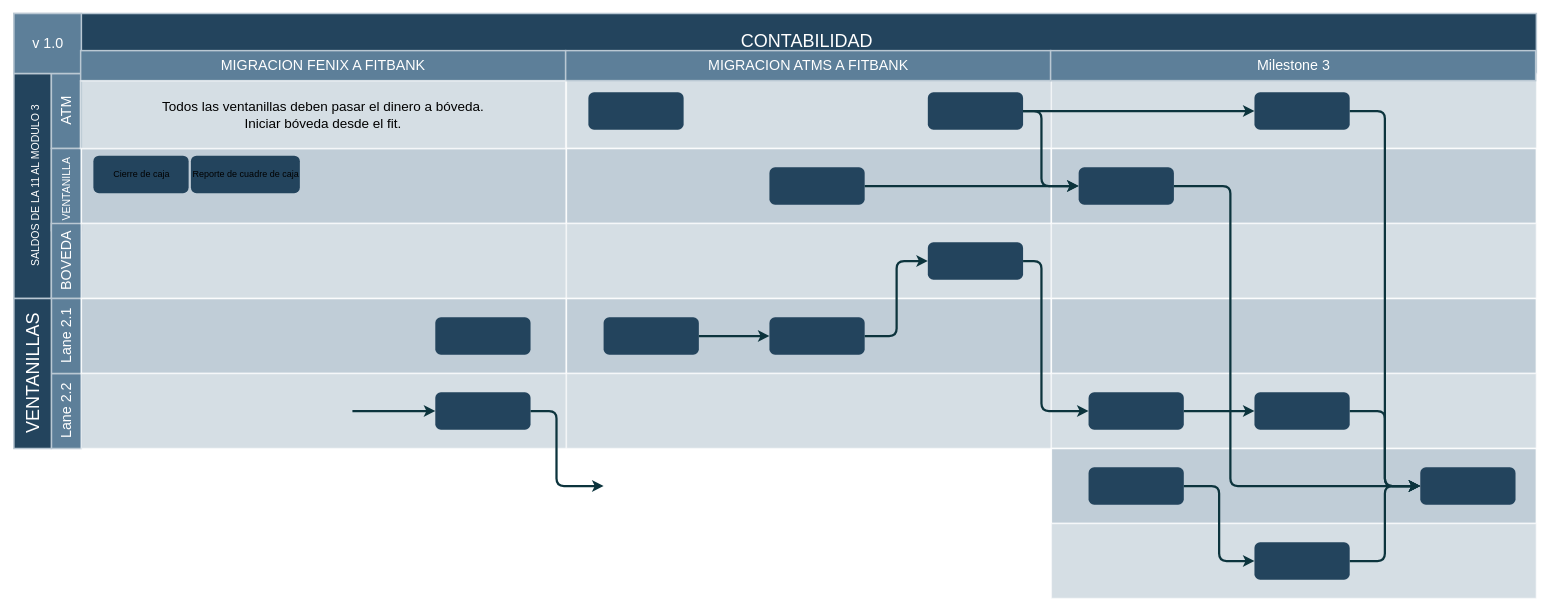
eddisonlazo/diagramas keeps this draw.io diagram as page "Página-2" (2 of 4) of Flujo Contable.drawio. Above is the earlier version. Source tidied: cells renumbered, new cells numbered last; positions are measured from the earlier drawing's top-left corner, leaving out a move shared by most shapes. Both pictures are drawn from the tidied source at 75%, with x=0, y=0 at pixel (14, 13).
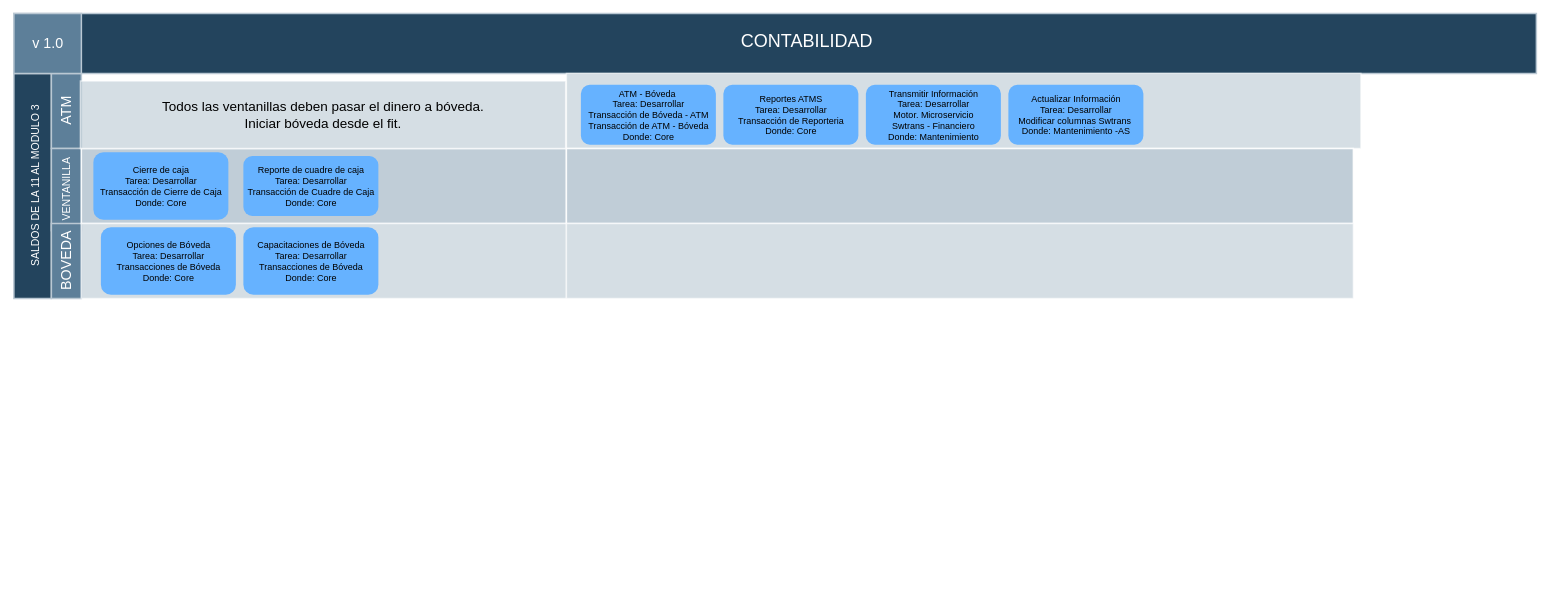
Above is the later version.

Change to the diagram source:
```diff
@@
-    <mxCell id="8" value="Lane 2.2" style="strokeColor=#BAC8D3;fillColor=#5d7f99;fontSize=19;strokeWidth=2;horizontal=0;fontFamily=Helvetica;html=1;labelBackgroundColor=none;fontColor=#FFFFFF;" parent="1" vertex="1">
-      <mxGeometry x="50" y="480.5" width="40" height="100" as="geometry" />
-    </mxCell>
-    <mxCell id="9" value="Lane 2.1" style="strokeColor=#BAC8D3;fillColor=#5d7f99;fontSize=19;strokeWidth=2;horizontal=0;fontFamily=Helvetica;html=1;labelBackgroundColor=none;fontColor=#FFFFFF;" parent="1" vertex="1">
-      <mxGeometry x="50" y="380.5" width="40" height="100" as="geometry" />
-    </mxCell>
-    <mxCell id="10" value="VENTANILLAS" style="strokeColor=#BAC8D3;fillColor=#23445D;fontSize=24;strokeWidth=2;horizontal=0;fontFamily=Helvetica;html=1;fontColor=#FFFFFF;fontStyle=0;" parent="1" vertex="1">
-      <mxGeometry y="380.5" width="50" height="200" as="geometry" />
-    </mxCell>
@@
-    <mxCell id="13" style="strokeColor=#FFFFFF;fillColor=#BAC8D3;fontSize=18;strokeWidth=2;fontFamily=Helvetica;html=1;opacity=90;" parent="1" vertex="1">
-      <mxGeometry x="90" y="380.5" width="646.7" height="100" as="geometry" />
-    </mxCell>
-    <mxCell id="14" style="strokeColor=#FFFFFF;fillColor=#BAC8D3;fontSize=18;strokeWidth=2;fontFamily=Helvetica;html=1;opacity=60;" parent="1" vertex="1">
-      <mxGeometry x="90" y="480.5" width="646.7" height="100" as="geometry" />
-    </mxCell>
     <mxCell id="15" style="strokeColor=#FFFFFF;fillColor=#BAC8D3;fontSize=18;strokeWidth=2;fontFamily=Helvetica;html=1;opacity=60;" parent="1" vertex="1">
-      <mxGeometry x="736.7" y="80.5" width="647" height="100" as="geometry" />
+      <mxGeometry x="736.7" y="80.5" width="1059.3" height="100" as="geometry" />
     </mxCell>
     <mxCell id="16" style="strokeColor=#FFFFFF;fillColor=#BAC8D3;fontSize=18;strokeWidth=2;fontFamily=Helvetica;html=1;opacity=90;" parent="1" vertex="1">
-      <mxGeometry x="736.7" y="180.5" width="646.7" height="100" as="geometry" />
+      <mxGeometry x="736.7" y="180.5" width="1049.3" height="100" as="geometry" />
     </mxCell>
     <mxCell id="17" style="strokeColor=#FFFFFF;fillColor=#BAC8D3;fontSize=18;strokeWidth=2;fontFamily=Helvetica;html=1;opacity=60;" parent="1" vertex="1">
-      <mxGeometry x="736.7" y="280.5" width="646.7" height="100" as="geometry" />
+      <mxGeometry x="736.7" y="280.5" width="1049.3" height="100" as="geometry" />
     </mxCell>
-    <mxCell id="18" style="strokeColor=#FFFFFF;fillColor=#BAC8D3;fontSize=18;strokeWidth=2;fontFamily=Helvetica;html=1;opacity=90;" parent="1" vertex="1">
-      <mxGeometry x="736.7" y="380.5" width="646.7" height="100" as="geometry" />
-    </mxCell>
-    <mxCell id="19" style="strokeColor=#FFFFFF;fillColor=#BAC8D3;fontSize=18;strokeWidth=2;fontFamily=Helvetica;html=1;opacity=60;" parent="1" vertex="1">
-      <mxGeometry x="736.7" y="480.5" width="646.7" height="100" as="geometry" />
-    </mxCell>
-    <mxCell id="20" style="strokeColor=#FFFFFF;fillColor=#BAC8D3;fontSize=18;strokeWidth=2;fontFamily=Helvetica;html=1;opacity=60;" parent="1" vertex="1">
-      <mxGeometry x="1383.3" y="80.5" width="647" height="100" as="geometry" />
-    </mxCell>
-    <mxCell id="21" style="strokeColor=#FFFFFF;fillColor=#BAC8D3;fontSize=18;strokeWidth=2;fontFamily=Helvetica;html=1;opacity=90;" parent="1" vertex="1">
-      <mxGeometry x="1383.3" y="180.5" width="646.7" height="100" as="geometry" />
-    </mxCell>
-    <mxCell id="22" style="strokeColor=#FFFFFF;fillColor=#BAC8D3;fontSize=18;strokeWidth=2;fontFamily=Helvetica;html=1;opacity=60;" parent="1" vertex="1">
-      <mxGeometry x="1383.3" y="280.5" width="646.7" height="100" as="geometry" />
-    </mxCell>
-    <mxCell id="23" style="strokeColor=#FFFFFF;fillColor=#BAC8D3;fontSize=18;strokeWidth=2;fontFamily=Helvetica;html=1;opacity=90;" parent="1" vertex="1">
-      <mxGeometry x="1383.3" y="380.5" width="646.7" height="100" as="geometry" />
-    </mxCell>
-    <mxCell id="24" style="strokeColor=#FFFFFF;fillColor=#BAC8D3;fontSize=18;strokeWidth=2;fontFamily=Helvetica;html=1;opacity=60;" parent="1" vertex="1">
-      <mxGeometry x="1383.3" y="480.5" width="646.7" height="100" as="geometry" />
-    </mxCell>
-    <mxCell id="25" style="strokeColor=#FFFFFF;fillColor=#BAC8D3;fontSize=18;strokeWidth=2;fontFamily=Helvetica;html=1;opacity=90;" parent="1" vertex="1">
-      <mxGeometry x="1383.3" y="580.5" width="646.7" height="100" as="geometry" />
-    </mxCell>
-    <mxCell id="26" style="strokeColor=#FFFFFF;fillColor=#BAC8D3;fontSize=18;strokeWidth=2;fontFamily=Helvetica;html=1;opacity=60;fontStyle=4;" parent="1" vertex="1">
-      <mxGeometry x="1383.3" y="680.5" width="646.7" height="100" as="geometry" />
-    </mxCell>
-    <mxCell id="27" value="Cierre de caja" style="rounded=1;fillColor=#23445D;strokeColor=none;strokeWidth=2;fontFamily=Helvetica;html=1;gradientColor=none;" parent="1" vertex="1">
-      <mxGeometry x="106" y="190" width="127" height="50" as="geometry" />
+    <mxCell id="27" value="Cierre de caja&lt;br&gt;Tarea: Desarrollar &lt;br&gt;Transacción de Cierre de Caja&lt;br&gt;Donde: Core" style="rounded=1;fillColor=#66B2FF;strokeColor=none;strokeWidth=2;fontFamily=Helvetica;html=1;gradientColor=none;" parent="1" vertex="1">
+      <mxGeometry x="106" y="185.5" width="180" height="90" as="geometry" />
     </mxCell>
-    <mxCell id="28" style="rounded=1;fillColor=#23445D;strokeColor=none;strokeWidth=2;fontFamily=Helvetica;html=1;gradientColor=none;" parent="1" vertex="1">
-      <mxGeometry x="766" y="105.5" width="127" height="50" as="geometry" />
-    </mxCell>
-    <mxCell id="29" value="Reporte de cuadre de caja" style="rounded=1;fillColor=#23445D;strokeColor=none;strokeWidth=2;fontFamily=Helvetica;html=1;gradientColor=none;" parent="1" vertex="1">
-      <mxGeometry x="236" y="190" width="145.3" height="50" as="geometry" />
+    <mxCell id="29" value="Reporte de cuadre de caja&lt;br style=&quot;border-color: var(--border-color);&quot;&gt;Tarea: Desarrollar&lt;br style=&quot;border-color: var(--border-color);&quot;&gt;Transacción de Cuadre de Caja&lt;br style=&quot;border-color: var(--border-color);&quot;&gt;Donde: Core" style="rounded=1;fillColor=#66B2FF;strokeColor=none;strokeWidth=2;fontFamily=Helvetica;html=1;gradientColor=none;" parent="1" vertex="1">
+      <mxGeometry x="306" y="190.5" width="180" height="80" as="geometry" />
     </mxCell>
-    <mxCell id="30" style="rounded=1;fillColor=#23445D;strokeColor=none;strokeWidth=2;fontFamily=Helvetica;html=1;gradientColor=none;" parent="1" vertex="1">
-      <mxGeometry x="561.9" y="405.5" width="127" height="50" as="geometry" />
-    </mxCell>
-    <mxCell id="31" style="rounded=1;fillColor=#23445D;strokeColor=none;strokeWidth=2;fontFamily=Helvetica;html=1;gradientColor=none;" parent="1" vertex="1">
-      <mxGeometry x="561.9" y="505.5" width="127" height="50" as="geometry" />
-    </mxCell>
-    <mxCell id="32" style="rounded=1;fillColor=#23445D;strokeColor=none;strokeWidth=2;fontFamily=Helvetica;html=1;gradientColor=none;" parent="1" vertex="1">
-      <mxGeometry x="1007.4" y="205.5" width="127" height="50" as="geometry" />
-    </mxCell>
-    <mxCell id="33" style="rounded=1;fillColor=#23445D;strokeColor=none;strokeWidth=2;fontFamily=Helvetica;html=1;gradientColor=none;" parent="1" vertex="1">
-      <mxGeometry x="1218.6" y="105.5" width="127" height="50" as="geometry" />
-    </mxCell>
-    <mxCell id="34" style="rounded=1;fillColor=#23445D;strokeColor=none;strokeWidth=2;gradientColor=none;fontFamily=Helvetica;html=1;" parent="1" vertex="1">
-      <mxGeometry x="1875.2" y="605.5" width="127" height="50" as="geometry" />
-    </mxCell>
-    <mxCell id="35" style="rounded=1;fillColor=#23445D;strokeColor=none;strokeWidth=2;fontFamily=Helvetica;html=1;gradientColor=none;" parent="1" vertex="1">
-      <mxGeometry x="1007.4" y="405.5" width="127" height="50" as="geometry" />
-    </mxCell>
-    <mxCell id="36" style="rounded=1;fillColor=#23445D;strokeColor=none;strokeWidth=2;fontFamily=Helvetica;html=1;gradientColor=none;" parent="1" vertex="1">
-      <mxGeometry x="786.3" y="405.5" width="127" height="50" as="geometry" />
-    </mxCell>
-    <mxCell id="37" style="rounded=1;fillColor=#23445D;strokeColor=none;strokeWidth=2;fontFamily=Helvetica;html=1;gradientColor=none;" parent="1" vertex="1">
-      <mxGeometry x="1218.6" y="305.5" width="127" height="50" as="geometry" />
-    </mxCell>
-    <mxCell id="38" style="rounded=1;fillColor=#23445D;strokeColor=none;strokeWidth=2;gradientColor=none;fontFamily=Helvetica;html=1;" parent="1" vertex="1">
-      <mxGeometry x="1432.9" y="505.5" width="127" height="50" as="geometry" />
-    </mxCell>
-    <mxCell id="39" style="rounded=1;fillColor=#23445D;strokeColor=none;strokeWidth=2;gradientColor=none;fontFamily=Helvetica;html=1;" parent="1" vertex="1">
-      <mxGeometry x="1654.1" y="505.5" width="127" height="50" as="geometry" />
-    </mxCell>
-    <mxCell id="40" style="rounded=1;fillColor=#23445D;strokeColor=none;strokeWidth=2;gradientColor=none;fontFamily=Helvetica;html=1;" parent="1" vertex="1">
-      <mxGeometry x="1419.7" y="205.5" width="127" height="50" as="geometry" />
-    </mxCell>
-    <mxCell id="41" style="rounded=1;fillColor=#23445D;strokeColor=none;strokeWidth=2;gradientColor=none;fontFamily=Helvetica;html=1;" parent="1" vertex="1">
-      <mxGeometry x="1432.9" y="605.5" width="127" height="50" as="geometry" />
-    </mxCell>
-    <mxCell id="42" style="rounded=1;fillColor=#23445D;strokeColor=none;strokeWidth=2;gradientColor=none;fontFamily=Helvetica;html=1;" parent="1" vertex="1">
-      <mxGeometry x="1654.1" y="705.5" width="127" height="50" as="geometry" />
-    </mxCell>
-    <mxCell id="43" style="rounded=1;fillColor=#23445D;strokeColor=none;strokeWidth=2;gradientColor=none;fontFamily=Helvetica;html=1;" parent="1" vertex="1">
-      <mxGeometry x="1654.1" y="105.5" width="127" height="50" as="geometry" />
-    </mxCell>
-    <mxCell id="44" style="edgeStyle=elbowEdgeStyle;elbow=horizontal;strokeWidth=3;strokeColor=#0C343D;fontFamily=Helvetica;html=1;" parent="1" edge="1" target="31">
-      <mxGeometry x="6.4" y="830.5" as="geometry">
-        <mxPoint x="451.4" y="530.5" as="sourcePoint" />
-      </mxGeometry>
-    </mxCell>
-    <mxCell id="45" style="edgeStyle=elbowEdgeStyle;elbow=horizontal;strokeWidth=3;strokeColor=#0C343D;fontFamily=Helvetica;html=1;" parent="1" edge="1" source="36" target="35">
-      <mxGeometry x="6.4" y="830.5" as="geometry" />
-    </mxCell>
-    <mxCell id="46" style="edgeStyle=elbowEdgeStyle;elbow=horizontal;strokeWidth=3;strokeColor=#0C343D;fontFamily=Helvetica;html=1;" parent="1" edge="1" source="31">
-      <mxGeometry x="6.4" y="830.5" as="geometry">
-        <mxPoint x="786.3" y="630.5" as="targetPoint" />
-        <Array as="points">
-          <mxPoint x="723.5" y="580.5" />
-        </Array>
-      </mxGeometry>
-    </mxCell>
-    <mxCell id="47" style="edgeStyle=elbowEdgeStyle;elbow=horizontal;strokeWidth=3;strokeColor=#0C343D;fontFamily=Helvetica;html=1;" parent="1" edge="1" source="42" target="34">
-      <mxGeometry x="6.4" y="830.5" as="geometry" />
-    </mxCell>
-    <mxCell id="48" style="edgeStyle=elbowEdgeStyle;elbow=horizontal;strokeWidth=3;strokeColor=#0C343D;fontFamily=Helvetica;html=1;" parent="1" edge="1" source="40" target="34">
-      <mxGeometry x="6.4" y="830.5" as="geometry">
-        <Array as="points">
-          <mxPoint x="1622" y="430.5" />
-        </Array>
-      </mxGeometry>
-    </mxCell>
-    <mxCell id="49" style="edgeStyle=elbowEdgeStyle;elbow=horizontal;strokeWidth=3;strokeColor=#0C343D;fontFamily=Helvetica;html=1;" parent="1" edge="1" source="41" target="42">
-      <mxGeometry x="6.4" y="830.5" as="geometry" />
-    </mxCell>
-    <mxCell id="50" style="edgeStyle=elbowEdgeStyle;elbow=horizontal;strokeWidth=3;strokeColor=#0C343D;fontFamily=Helvetica;html=1;" parent="1" edge="1" source="35" target="37">
-      <mxGeometry x="6.4" y="830.5" as="geometry" />
-    </mxCell>
-    <mxCell id="51" style="edgeStyle=elbowEdgeStyle;elbow=horizontal;strokeWidth=3;strokeColor=#0C343D;fontFamily=Helvetica;html=1;" parent="1" edge="1" source="32" target="40">
-      <mxGeometry x="6.4" y="830.5" as="geometry" />
-    </mxCell>
-    <mxCell id="52" style="edgeStyle=elbowEdgeStyle;elbow=horizontal;strokeWidth=3;strokeColor=#0C343D;fontFamily=Helvetica;html=1;" parent="1" edge="1" source="33" target="40">
-      <mxGeometry x="6.4" y="830.5" as="geometry">
-        <Array as="points">
-          <mxPoint x="1370.1" y="180.5" />
-        </Array>
-      </mxGeometry>
-    </mxCell>
-    <mxCell id="53" style="edgeStyle=elbowEdgeStyle;elbow=horizontal;strokeWidth=3;strokeColor=#0C343D;fontFamily=Helvetica;html=1;" parent="1" edge="1" source="33" target="43">
-      <mxGeometry x="6.4" y="830.5" as="geometry" />
-    </mxCell>
-    <mxCell id="54" style="edgeStyle=elbowEdgeStyle;elbow=horizontal;strokeWidth=3;strokeColor=#0C343D;fontFamily=Helvetica;html=1;" parent="1" edge="1" source="43" target="34">
-      <mxGeometry x="6.4" y="830.5" as="geometry" />
-    </mxCell>
-    <mxCell id="55" style="edgeStyle=elbowEdgeStyle;elbow=horizontal;strokeWidth=3;strokeColor=#0C343D;fontFamily=Helvetica;html=1;" parent="1" edge="1" source="39" target="34">
-      <mxGeometry x="6.4" y="830.5" as="geometry" />
-    </mxCell>
-    <mxCell id="56" style="edgeStyle=elbowEdgeStyle;elbow=horizontal;strokeWidth=3;strokeColor=#0C343D;fontFamily=Helvetica;html=1;" parent="1" edge="1" source="38" target="39">
-      <mxGeometry x="6.4" y="830.5" as="geometry" />
-    </mxCell>
-    <mxCell id="57" style="edgeStyle=elbowEdgeStyle;elbow=horizontal;strokeWidth=3;strokeColor=#0C343D;fontFamily=Helvetica;html=1;" parent="1" edge="1" source="37" target="38">
-      <mxGeometry x="6.4" y="830.5" as="geometry">
-        <Array as="points">
-          <mxPoint x="1370.1" y="430.5" />
-        </Array>
-      </mxGeometry>
-    </mxCell>
-    <mxCell id="58" style="group;" parent="1" vertex="1">
-      <mxGeometry x="89" y="50" width="646.7" height="40" as="geometry" />
-    </mxCell>
-    <mxCell id="59" value="MIGRACION FENIX A FITBANK" style="strokeColor=#BAC8D3;fillColor=#5d7f99;fontSize=19;strokeWidth=2;fontFamily=Helvetica;html=1;labelBackgroundColor=none;fontColor=#FFFFFF;" parent="58" vertex="1">
-      <mxGeometry width="646.7" height="40" as="geometry" />
-    </mxCell>
-    <mxCell id="60" value="MIGRACION ATMS A FITBANK" style="strokeColor=#BAC8D3;fillColor=#5d7f99;fontSize=19;strokeWidth=2;fontFamily=Helvetica;html=1;labelBackgroundColor=none;fontColor=#FFFFFF;" parent="58" vertex="1">
-      <mxGeometry x="646.7" width="646.7" height="40" as="geometry" />
-    </mxCell>
-    <mxCell id="61" value="Milestone 3" style="strokeColor=#BAC8D3;fillColor=#5d7f99;fontSize=19;strokeWidth=2;fontFamily=Helvetica;html=1;labelBackgroundColor=none;fontColor=#FFFFFF;" parent="58" vertex="1">
-      <mxGeometry x="1293.3" width="646.7" height="40" as="geometry" />
-    </mxCell>
@@
+    <mxCell id="63" value="Opciones de Bóveda&lt;br&gt;Tarea: Desarrollar &lt;br&gt;Transacciones de Bóveda&lt;br&gt;Donde: Core" style="rounded=1;fillColor=#66B2FF;strokeColor=none;strokeWidth=2;fontFamily=Helvetica;html=1;gradientColor=none;" parent="1" vertex="1">
+      <mxGeometry x="116" y="285.5" width="180" height="90" as="geometry" />
+    </mxCell>
+    <mxCell id="64" value="ATM - Bóveda&amp;nbsp;&lt;br style=&quot;border-color: var(--border-color);&quot;&gt;Tarea: Desarrollar&lt;br style=&quot;border-color: var(--border-color);&quot;&gt;Transacción de Bóveda - ATM&lt;br&gt;Transacción de ATM - Bóveda&lt;br style=&quot;border-color: var(--border-color);&quot;&gt;Donde: Core" style="rounded=1;fillColor=#66B2FF;strokeColor=none;strokeWidth=2;fontFamily=Helvetica;html=1;gradientColor=none;" parent="1" vertex="1">
+      <mxGeometry x="756" y="95.5" width="180" height="80" as="geometry" />
+    </mxCell>
+    <mxCell id="65" value="Reportes ATMS&lt;br style=&quot;border-color: var(--border-color);&quot;&gt;Tarea: Desarrollar&lt;br style=&quot;border-color: var(--border-color);&quot;&gt;Transacción de Reporteria&lt;br style=&quot;border-color: var(--border-color);&quot;&gt;Donde: Core" style="rounded=1;fillColor=#66B2FF;strokeColor=none;strokeWidth=2;fontFamily=Helvetica;html=1;gradientColor=none;" parent="1" vertex="1">
+      <mxGeometry x="946" y="95.5" width="180" height="80" as="geometry" />
+    </mxCell>
+    <mxCell id="66" value="Transmitir Información&lt;br style=&quot;border-color: var(--border-color);&quot;&gt;Tarea: Desarrollar&lt;br style=&quot;border-color: var(--border-color);&quot;&gt;Motor. Microservicio &lt;br&gt;Swtrans - Financiero&lt;br style=&quot;border-color: var(--border-color);&quot;&gt;Donde: Mantenimiento" style="rounded=1;fillColor=#66B2FF;strokeColor=none;strokeWidth=2;fontFamily=Helvetica;html=1;gradientColor=none;" parent="1" vertex="1">
+      <mxGeometry x="1136" y="95.5" width="180" height="80" as="geometry" />
+    </mxCell>
+    <mxCell id="67" value="Actualizar Información&lt;br style=&quot;border-color: var(--border-color);&quot;&gt;Tarea: Desarrollar&lt;br style=&quot;border-color: var(--border-color);&quot;&gt;Modificar columnas Swtrans&amp;nbsp;&lt;br style=&quot;border-color: var(--border-color);&quot;&gt;Donde: Mantenimiento -AS" style="rounded=1;fillColor=#66B2FF;strokeColor=none;strokeWidth=2;fontFamily=Helvetica;html=1;gradientColor=none;" parent="1" vertex="1">
+      <mxGeometry x="1326" y="95.5" width="180" height="80" as="geometry" />
+    </mxCell>
+    <mxCell id="68" value="Capacitaciones de Bóveda&lt;br&gt;Tarea: Desarrollar &lt;br&gt;Transacciones de Bóveda&lt;br&gt;Donde: Core" style="rounded=1;fillColor=#66B2FF;strokeColor=none;strokeWidth=2;fontFamily=Helvetica;html=1;gradientColor=none;" parent="1" vertex="1">
+      <mxGeometry x="306" y="285.5" width="180" height="90" as="geometry" />
+    </mxCell>
```
